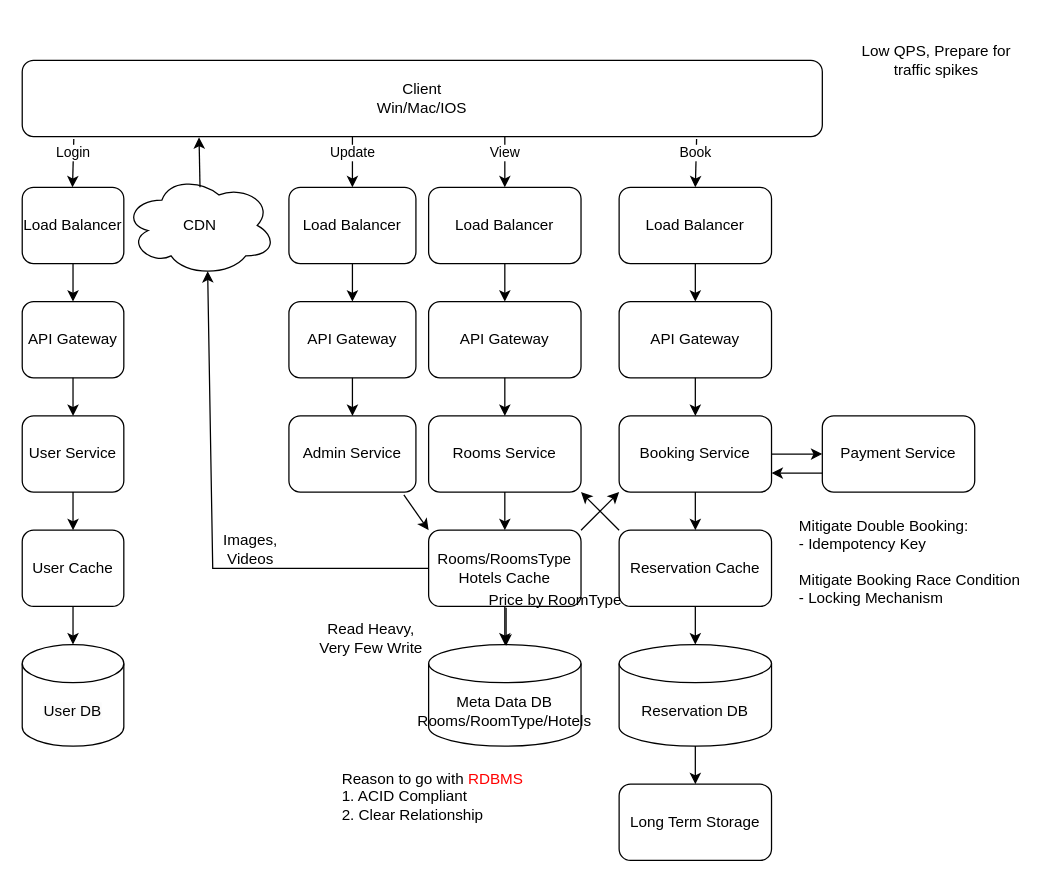
The draw.io diagram 12_TicketBooking.drawio in xwq172677170/SysdDiagram, before the edit. Source tidied: cells renumbered, new cells numbered last; positions are measured from the earlier drawing's top-left corner, leaving out a move shared by most shapes. Both pictures are drawn from the tidied source at 127%, with x=0, y=0 at pixel (22, 22).
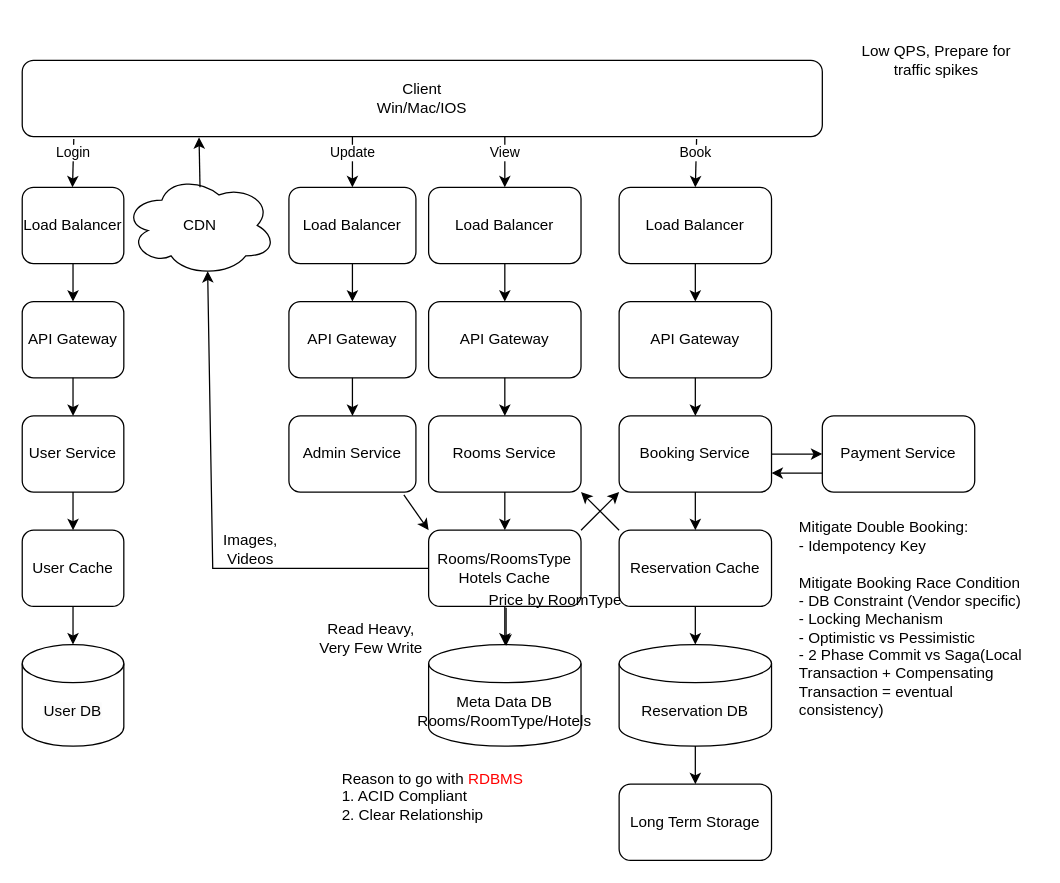
The same diagram, later.

What changed in the source:
```diff
@@
-    <mxCell id="60" value="Mitigate Double Booking:&lt;br&gt;&lt;div style=&quot;&quot;&gt;&lt;span style=&quot;background-color: initial;&quot;&gt;- Idempotency Key&lt;/span&gt;&lt;/div&gt;&lt;div style=&quot;&quot;&gt;&lt;span style=&quot;background-color: initial;&quot;&gt;&lt;br&gt;&lt;/span&gt;&lt;/div&gt;&lt;div style=&quot;&quot;&gt;&lt;span style=&quot;background-color: initial;&quot;&gt;Mitigate Booking Race Condition&lt;/span&gt;&lt;/div&gt;&lt;div style=&quot;&quot;&gt;&lt;span style=&quot;background-color: initial;&quot;&gt;- Locking Mechanism&lt;/span&gt;&lt;/div&gt;" style="text;html=1;strokeColor=none;fillColor=none;align=left;verticalAlign=middle;whiteSpace=wrap;rounded=0;" parent="1" vertex="1">
-      <mxGeometry x="610" y="380" width="190" height="90" as="geometry" />
+    <mxCell id="60" value="Mitigate Double Booking:&lt;br&gt;&lt;div style=&quot;&quot;&gt;&lt;span style=&quot;background-color: initial;&quot;&gt;- Idempotency Key&lt;/span&gt;&lt;/div&gt;&lt;div style=&quot;&quot;&gt;&lt;span style=&quot;background-color: initial;&quot;&gt;&lt;br&gt;&lt;/span&gt;&lt;/div&gt;&lt;div style=&quot;&quot;&gt;&lt;span style=&quot;background-color: initial;&quot;&gt;Mitigate Booking Race Condition&lt;/span&gt;&lt;/div&gt;&lt;div style=&quot;&quot;&gt;&lt;span style=&quot;background-color: initial;&quot;&gt;- DB Constraint (Vendor specific)&lt;/span&gt;&lt;/div&gt;&lt;div style=&quot;&quot;&gt;&lt;span style=&quot;background-color: initial;&quot;&gt;- Locking Mechanism&lt;/span&gt;&lt;/div&gt;&lt;div style=&quot;&quot;&gt;&lt;span style=&quot;background-color: initial;&quot;&gt;- Optimistic vs Pessimistic&lt;/span&gt;&lt;/div&gt;&lt;div style=&quot;&quot;&gt;&lt;span style=&quot;background-color: initial;&quot;&gt;- 2 Phase Commit vs Saga(Local Transaction + Compensating Transaction = eventual consistency)&amp;nbsp;&lt;/span&gt;&lt;/div&gt;" style="text;html=1;strokeColor=none;fillColor=none;align=left;verticalAlign=middle;whiteSpace=wrap;rounded=0;" parent="1" vertex="1">
+      <mxGeometry x="610" y="380" width="190" height="180" as="geometry" />
     </mxCell>
```
